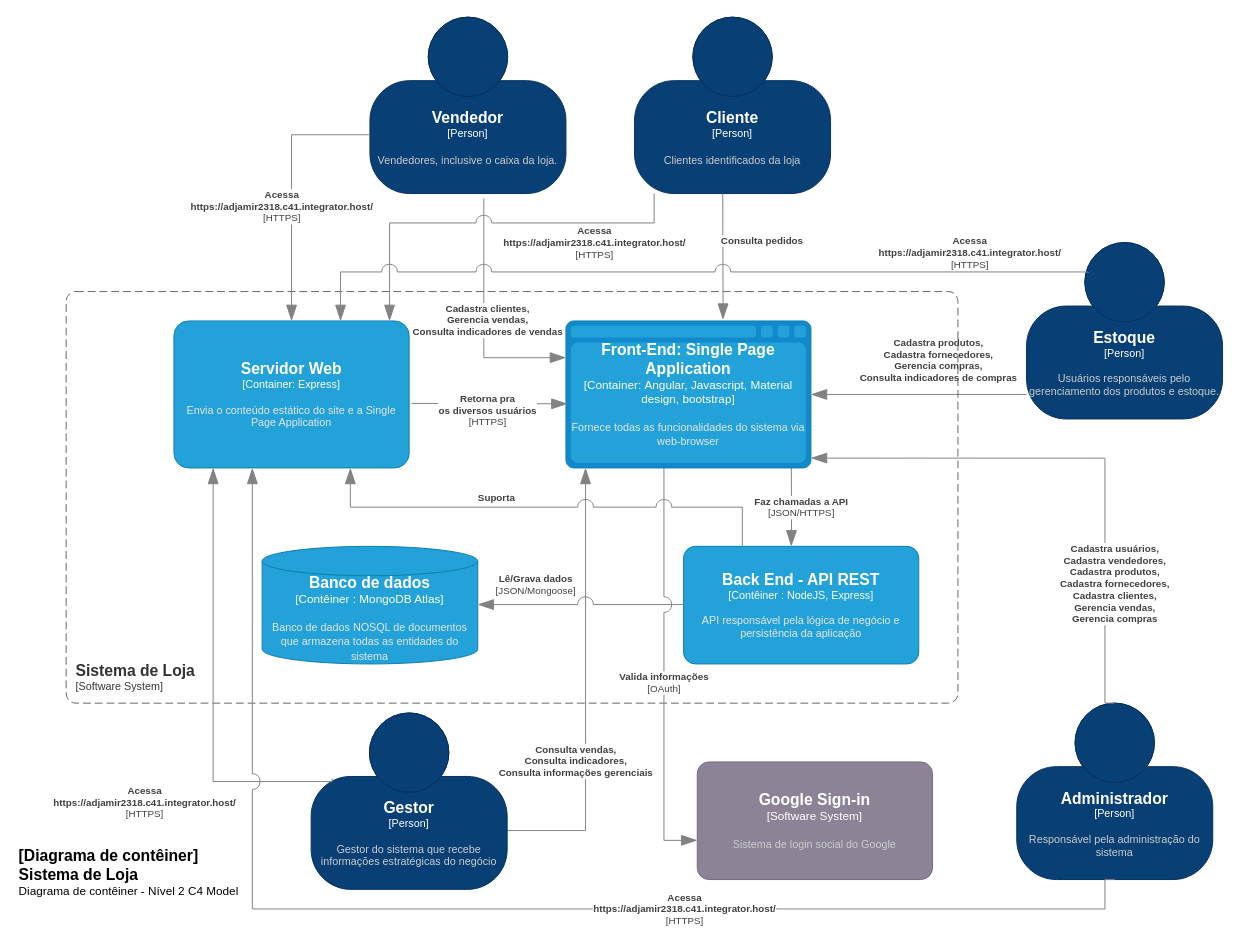
This is page "Nível 2 - Contêiner" (2 of 4) of projeto/documentacao/C4Model.drawio from adjamirgalvao/pucminas, a draw.io file, before an edit. Source tidied: cells renumbered, new cells numbered last; positions are measured from the earlier drawing's top-left corner, leaving out a move shared by most shapes. Both pictures are drawn from the tidied source at 98%, with x=0, y=0 at pixel (17, 17).
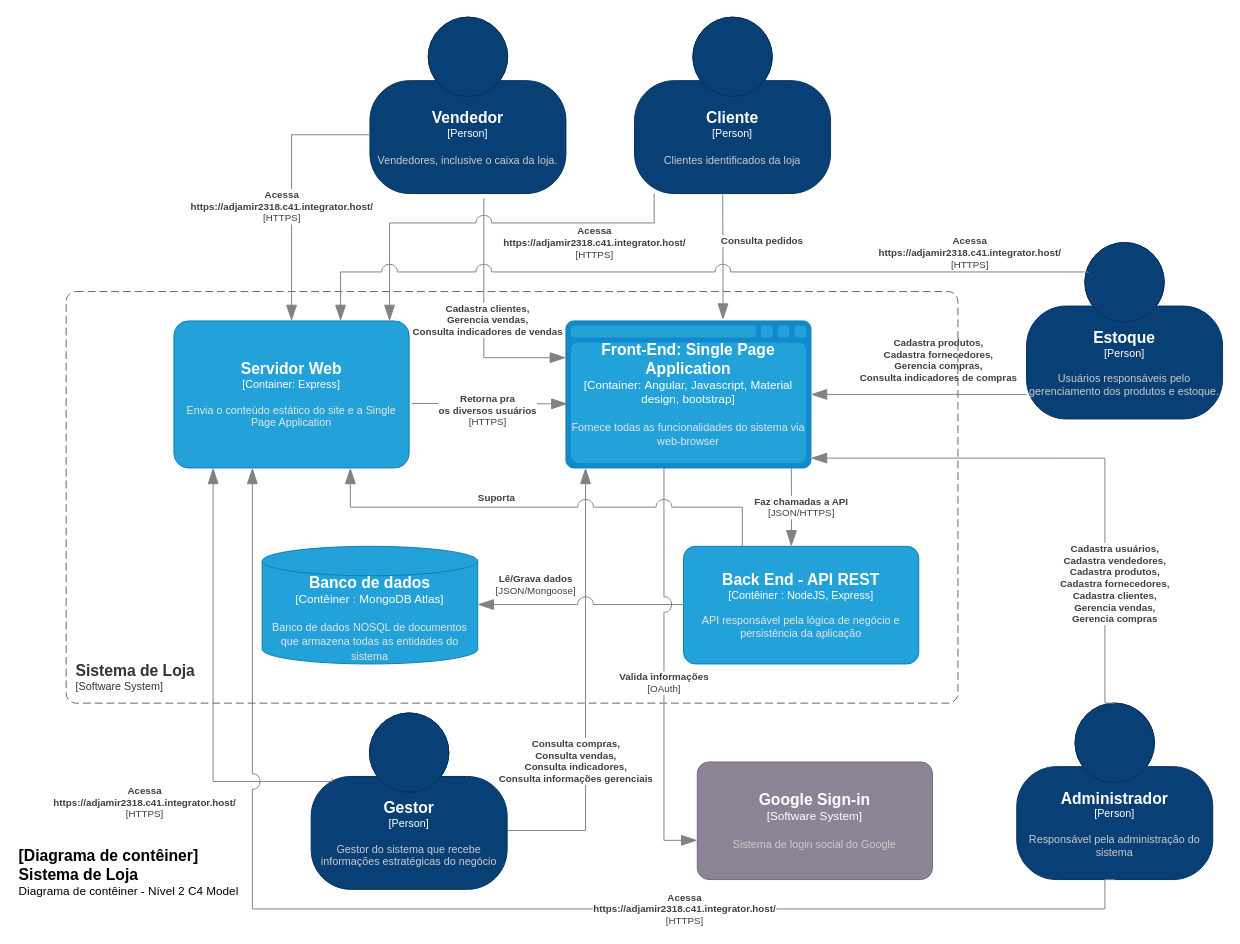
After the change.

Unchanged cells that the change refers to:
```xml
<object id="16" label="&lt;font style=&quot;font-size: 16px&quot;&gt;&lt;b&gt;%c4Type%&lt;/b&gt;&lt;/font&gt;&lt;div&gt;[%c4Container%:&amp;nbsp;%c4Technology%]&lt;/div&gt;&lt;br&gt;&lt;div&gt;&lt;font style=&quot;font-size: 11px&quot;&gt;&lt;font color=&quot;#E6E6E6&quot;&gt;%c4Description%&lt;/font&gt;&lt;/div&gt;" c4Container="Container" c4Description="Fornece todas as funcionalidades do sistema via web-browser" c4Technology="Angular, Javascript, Material design, bootstrap" c4Type="Front-End: Single Page Application" placeholders="1">
  <mxCell style="shape=mxgraph.c4.webBrowserContainer2;whiteSpace=wrap;html=1;boundedLbl=1;rounded=0;labelBackgroundColor=none;strokeColor=#118ACD;fillColor=#23A2D9;strokeColor=#118ACD;strokeColor2=#0E7DAD;fontSize=12;fontColor=#ffffff;align=center;points=[[0,0.25,0,0,0],[0,0.5,0,0,0],[0,0.75,0,0,0],[0.5,0,0,0,0],[0.5,1,0,0,0],[1,0.25,0,0,0],[1,0.5,0,0,0],[1,0.75,0,0,0]];" parent="1" vertex="1">
    <mxGeometry x="560" y="310" width="250" height="150" as="geometry" />
  </mxCell>
</object>
<object id="17" label="&lt;font style=&quot;font-size: 16px&quot;&gt;&lt;b&gt;%c4Name%&lt;/b&gt;&lt;/font&gt;&lt;div&gt;[%c4Type%]&lt;/div&gt;&lt;br&gt;&lt;div&gt;&lt;font style=&quot;font-size: 11px&quot;&gt;&lt;font color=&quot;#cccccc&quot;&gt;%c4Description%&lt;/font&gt;&lt;/div&gt;" c4Description="Gestor do sistema que recebe informações estratégicas do negócio" c4Name="Gestor" c4Type="Person" placeholders="1">
  <mxCell style="html=1;fontSize=11;dashed=0;whiteSpace=wrap;fillColor=#083F75;strokeColor=#06315C;fontColor=#ffffff;shape=mxgraph.c4.person2;align=center;points=[[0.5,0,0],[1,0.5,0],[1,0.75,0],[0.75,1,0],[0.5,1,0],[0.25,1,0],[0,0.75,0],[0,0.5,0]];" parent="1" vertex="1">
    <mxGeometry x="300" y="710" width="200" height="180" as="geometry" />
  </mxCell>
</object>
```

The edit, as a diff of the source:
```diff
@@
-    <object id="7" label="&lt;div style=&quot;text-align: left&quot;&gt;&lt;div style=&quot;text-align: center&quot;&gt;&lt;b&gt;%c4Description%&lt;/b&gt;&lt;/div&gt;" c4Description="Consulta vendas, &#10;Consulta indicadores,&#10;Consulta informações gerenciais" placeholders="1">
+    <object id="7" label="&lt;div style=&quot;text-align: left&quot;&gt;&lt;div style=&quot;text-align: center&quot;&gt;&lt;b&gt;%c4Description%&lt;/b&gt;&lt;/div&gt;" c4Description="Consulta compras,&#10;Consulta vendas, &#10;Consulta indicadores,&#10;Consulta informações gerenciais" placeholders="1">
       <mxCell style="endArrow=blockThin;html=1;fontSize=10;fontColor=#404040;strokeWidth=1;endFill=1;strokeColor=#828282;elbow=vertical;endSize=14;startSize=14;jumpStyle=arc;jumpSize=16;rounded=0;edgeStyle=orthogonalEdgeStyle;startArrow=none;" parent="1" edge="1" source="17" target="16">
         <mxGeometry x="-0.33" y="10" relative="1" as="geometry">
           <Array as="points">
             <mxPoint x="580" y="830" />
           </Array>
         </mxGeometry>
       </mxCell>
     </object>
```
